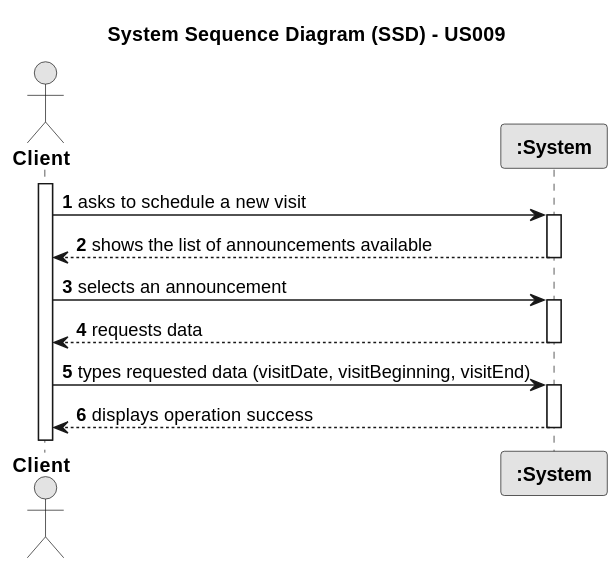
Before: docs/sprintC/us009/01.requirements-engineering/svg/us009-system-sequence-diagram.svg, a diagram exported from PlantUML (rita-barbosa/LAPR2-2223). The source it was exported from:
```plantuml
@startuml
skinparam monochrome true
skinparam packageStyle rectangle
skinparam shadowing false

title System Sequence Diagram (SSD) - US009

autonumber

actor "<b> Client </b>" as Client
participant "<b> :System </b>" as System

activate Client

    Client -> System : asks to schedule a new visit
        activate System

    System --> Client : shows the list of announcements available
        deactivate System

    Client -> System : selects an announcement
        activate System

    System --> Client : requests data
        deactivate System

    Client -> System : types requested data (visitDate, visitBeginning, visitEnd)
        activate System

    System --> Client : displays operation success
        deactivate System
@enduml
```
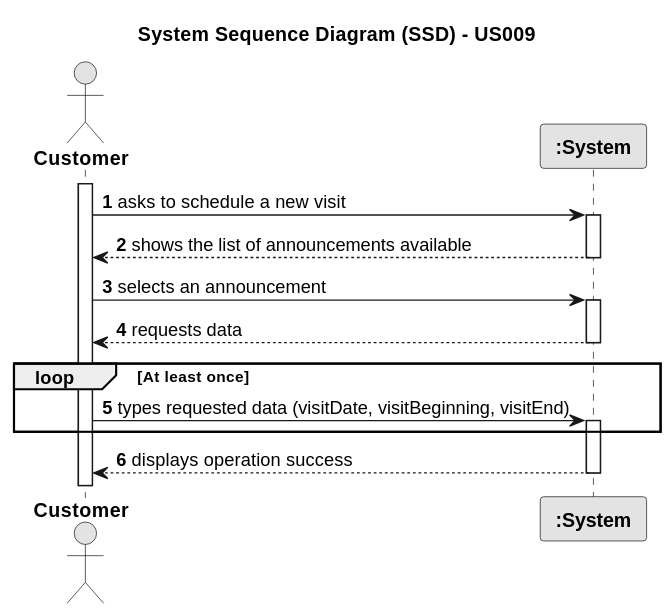
Above is the later version.

Change to the diagram source:
```diff
@@ -7,26 +7,30 @@
 
 autonumber
 
-actor "<b> Client </b>" as Client
+actor "<b> Customer </b>" as CTM
 participant "<b> :System </b>" as System
 
-activate Client
+activate CTM
 
-    Client -> System : asks to schedule a new visit
+    CTM -> System : asks to schedule a new visit
         activate System
 
-    System --> Client : shows the list of announcements available
+    System --> CTM : shows the list of announcements available
         deactivate System
 
-    Client -> System : selects an announcement
+    CTM -> System : selects an announcement
         activate System
 
-    System --> Client : requests data
+    System --> CTM : requests data
         deactivate System
 
-    Client -> System : types requested data (visitDate, visitBeginning, visitEnd)
+    loop At least once
+
+    CTM -> System : types requested data (visitDate, visitBeginning, visitEnd)
         activate System
 
-    System --> Client : displays operation success
+    end loop
+
+    System --> CTM : displays operation success
         deactivate System
 @enduml
```
